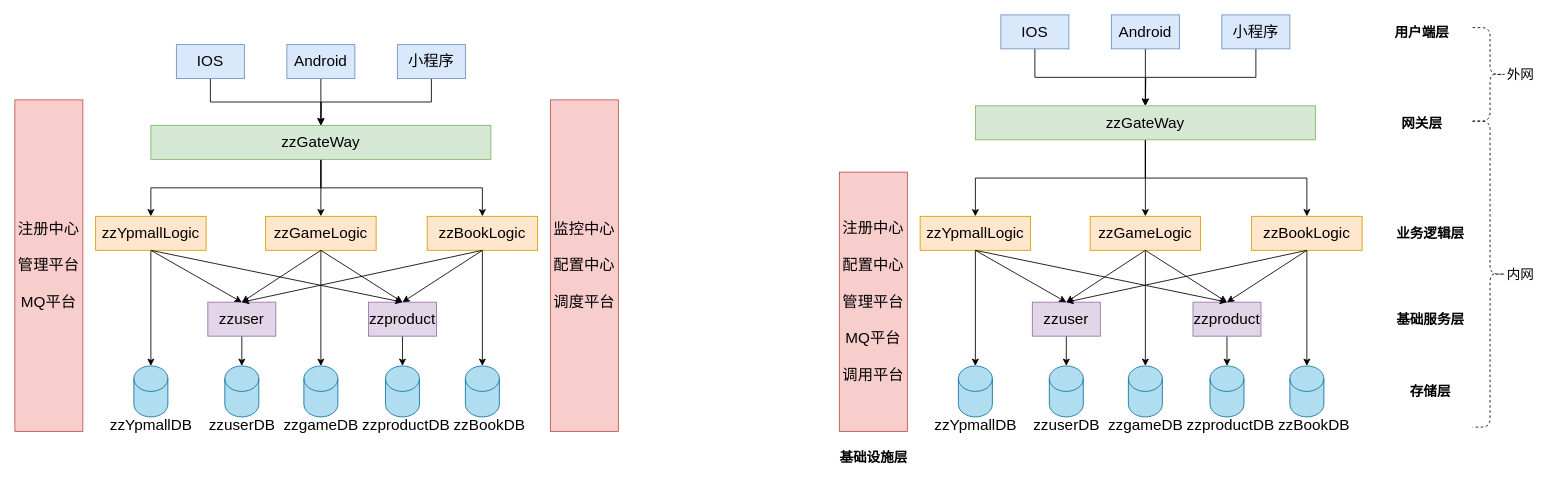
Before: tech/tech.drawio in zhuanzhuan-tech/arch-draw-io, a draw.io diagram. Source tidied: cells renumbered, new cells numbered last; positions are measured from the earlier drawing's top-left corner, leaving out a move shared by most shapes. Both pictures are drawn from the tidied source at 85%, with x=0, y=0 at pixel (14, 14).
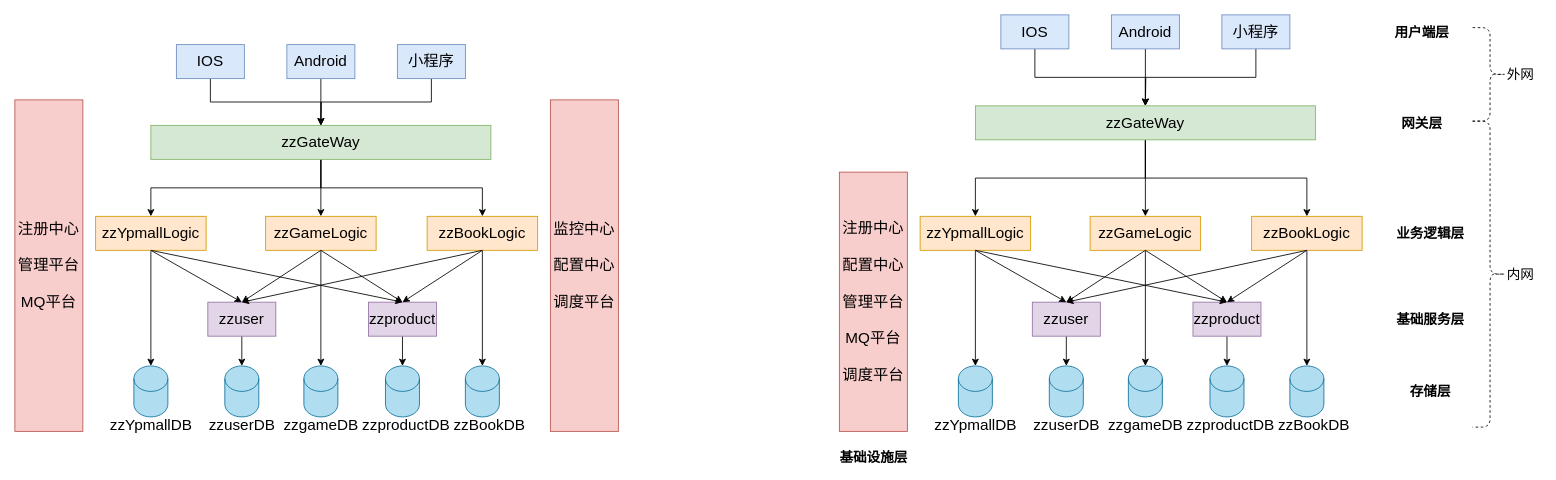
The same page after the edit.

Diff of the diagram source:
```diff
@@
-    <mxCell id="62" value="&lt;span style=&quot;font-size: 18px&quot;&gt;注册中心&lt;br&gt;&lt;br&gt;配置中心&lt;br&gt;&lt;br&gt;管理平台&lt;br&gt;&lt;br&gt;MQ平台&lt;br&gt;&lt;br&gt;调用平台&lt;br&gt;&lt;/span&gt;" style="rounded=0;whiteSpace=wrap;html=1;fillColor=#f8cecc;strokeColor=#b85450;" parent="1" vertex="1">
+    <mxCell id="62" value="&lt;span style=&quot;font-size: 18px&quot;&gt;注册中心&lt;br&gt;&lt;br&gt;配置中心&lt;br&gt;&lt;br&gt;管理平台&lt;br&gt;&lt;br&gt;MQ平台&lt;br&gt;&lt;br&gt;调度平台&lt;br&gt;&lt;/span&gt;" style="rounded=0;whiteSpace=wrap;html=1;fillColor=#f8cecc;strokeColor=#b85450;" parent="1" vertex="1">
       <mxGeometry x="970" y="185" width="80" height="305" as="geometry" />
     </mxCell>
```
